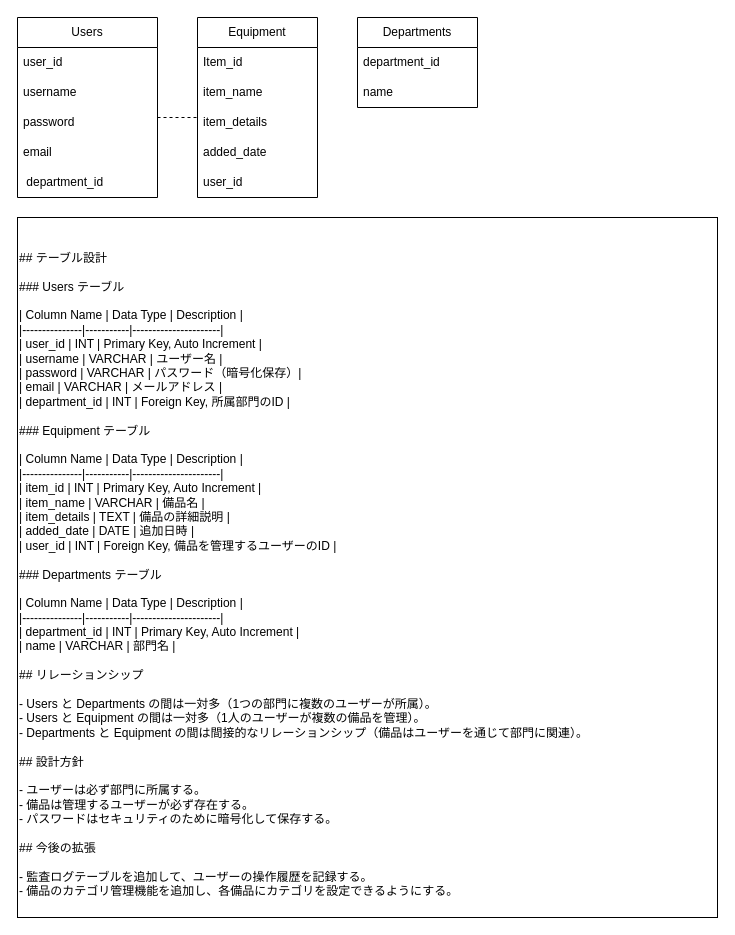
tomonoritak/equipment-management-b keeps this draw.io diagram as ER.dio. Above is the earlier version. Source tidied: cells renumbered, new cells numbered last; positions are measured from the earlier drawing's top-left corner, leaving out a move shared by most shapes. Both pictures are drawn from the tidied source at 100%, with x=0, y=0 at pixel (17, 17).
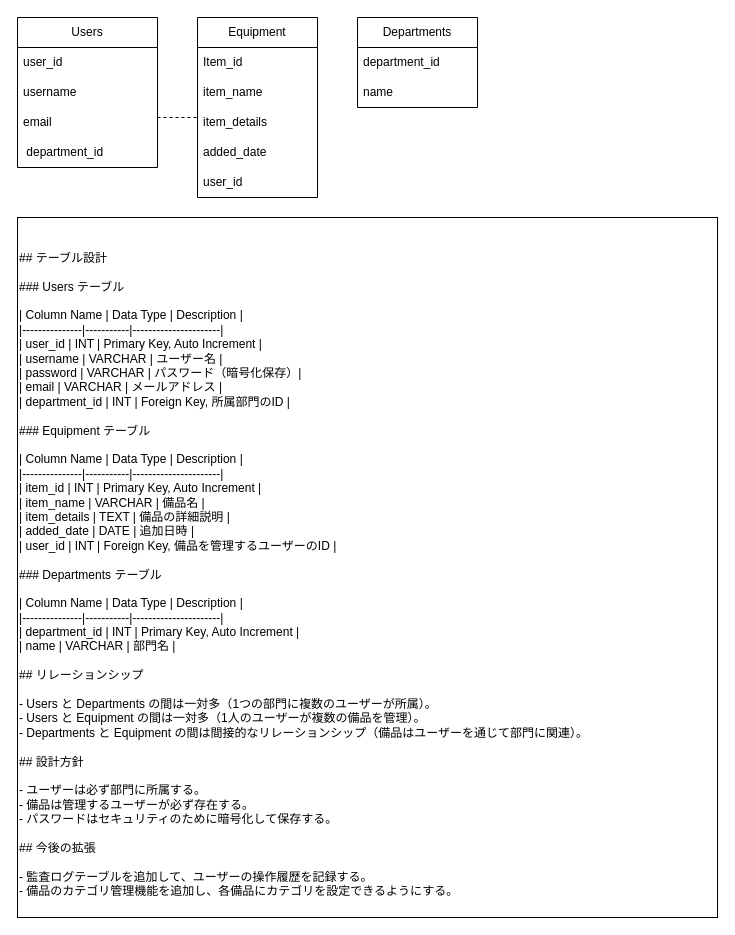
Above is the later version.

What changed in the source:
```diff
@@
 <mxGraphModel>
   <root>
     <mxCell id="0" />
     <mxCell id="1" parent="0" />
     <mxCell id="2" value="   Users " style="swimlane;fontStyle=0;horizontal=1;startSize=30;whiteSpace=wrap;html=1;" parent="1" vertex="1">
-      <mxGeometry width="140" height="180" as="geometry" />
+      <mxGeometry width="140" height="150" as="geometry" />
     </mxCell>
     <mxCell id="3" value="user_id" style="text;strokeColor=none;fillColor=none;align=left;verticalAlign=middle;spacingLeft=4;spacingRight=4;overflow=hidden;whiteSpace=wrap;html=1;" parent="2" vertex="1">
       <mxGeometry y="30" width="140" height="30" as="geometry" />
     </mxCell>
     <mxCell id="4" value="username     " style="text;strokeColor=none;fillColor=none;align=left;verticalAlign=middle;spacingLeft=4;spacingRight=4;overflow=hidden;whiteSpace=wrap;html=1;" parent="2" vertex="1">
       <mxGeometry y="60" width="140" height="30" as="geometry" />
     </mxCell>
-    <mxCell id="5" value=" password" style="text;strokeColor=none;fillColor=none;align=left;verticalAlign=middle;spacingLeft=4;spacingRight=4;overflow=hidden;whiteSpace=wrap;html=1;" parent="2" vertex="1">
-      <mxGeometry y="90" width="140" height="30" as="geometry" />
-    </mxCell>
     <mxCell id="6" value="email&amp;nbsp;" style="text;strokeColor=none;fillColor=none;align=left;verticalAlign=middle;spacingLeft=4;spacingRight=4;overflow=hidden;whiteSpace=wrap;html=1;" parent="2" vertex="1">
-      <mxGeometry y="120" width="140" height="30" as="geometry" />
+      <mxGeometry y="90" width="140" height="30" as="geometry" />
     </mxCell>
     <mxCell id="7" value="&amp;nbsp;department_id" style="text;strokeColor=none;fillColor=none;align=left;verticalAlign=middle;spacingLeft=4;spacingRight=4;overflow=hidden;whiteSpace=wrap;html=1;" parent="2" vertex="1">
-      <mxGeometry y="150" width="140" height="30" as="geometry" />
+      <mxGeometry y="120" width="140" height="30" as="geometry" />
     </mxCell>
     <mxCell id="8" value="Equipment " style="swimlane;fontStyle=0;horizontal=1;startSize=30;whiteSpace=wrap;html=1;" parent="1" vertex="1">
       <mxGeometry x="180" width="120" height="180" as="geometry" />
     </mxCell>
     <mxCell id="9" value="Item_id" style="text;strokeColor=none;fillColor=none;align=left;verticalAlign=middle;spacingLeft=4;spacingRight=4;overflow=hidden;whiteSpace=wrap;html=1;" parent="8" vertex="1">
       <mxGeometry y="30" width="120" height="30" as="geometry" />
     </mxCell>
     <mxCell id="10" value="item_name" style="text;strokeColor=none;fillColor=none;align=left;verticalAlign=middle;spacingLeft=4;spacingRight=4;overflow=hidden;whiteSpace=wrap;html=1;" parent="8" vertex="1">
       <mxGeometry y="60" width="120" height="30" as="geometry" />
     </mxCell>
     <mxCell id="11" value="item_details   " style="text;strokeColor=none;fillColor=none;align=left;verticalAlign=middle;spacingLeft=4;spacingRight=4;overflow=hidden;whiteSpace=wrap;html=1;" parent="8" vertex="1">
       <mxGeometry y="90" width="120" height="30" as="geometry" />
     </mxCell>
     <mxCell id="12" value="added_date&amp;nbsp; &amp;nbsp; &amp;nbsp;" style="text;strokeColor=none;fillColor=none;align=left;verticalAlign=middle;spacingLeft=4;spacingRight=4;overflow=hidden;whiteSpace=wrap;html=1;" parent="8" vertex="1">
       <mxGeometry y="120" width="120" height="30" as="geometry" />
     </mxCell>
     <mxCell id="13" value="user_id" style="text;strokeColor=none;fillColor=none;align=left;verticalAlign=middle;spacingLeft=4;spacingRight=4;overflow=hidden;whiteSpace=wrap;html=1;" parent="8" vertex="1">
       <mxGeometry y="150" width="120" height="30" as="geometry" />
     </mxCell>
     <mxCell id="14" value="Departments  " style="swimlane;fontStyle=0;horizontal=1;startSize=30;whiteSpace=wrap;html=1;" parent="1" vertex="1">
       <mxGeometry x="340" width="120" height="90" as="geometry" />
     </mxCell>
     <mxCell id="15" value="department_id" style="text;strokeColor=none;fillColor=none;align=left;verticalAlign=middle;spacingLeft=4;spacingRight=4;overflow=hidden;whiteSpace=wrap;html=1;" parent="14" vertex="1">
       <mxGeometry y="30" width="120" height="30" as="geometry" />
     </mxCell>
     <mxCell id="16" value="name         " style="text;strokeColor=none;fillColor=none;align=left;verticalAlign=middle;spacingLeft=4;spacingRight=4;overflow=hidden;whiteSpace=wrap;html=1;" parent="14" vertex="1">
       <mxGeometry y="60" width="120" height="30" as="geometry" />
     </mxCell>
     <mxCell id="17" style="endArrow=none;dashed=1;html=1;" parent="1" edge="1">
       <mxGeometry relative="1" as="geometry">
         <mxPoint x="140" y="100" as="sourcePoint" />
         <mxPoint x="180" y="100" as="targetPoint" />
       </mxGeometry>
     </mxCell>
     <mxCell id="18" value="&lt;br&gt;## テーブル設計&lt;br&gt;&lt;br&gt;### Users テーブル&lt;br&gt;&lt;br&gt;&lt;span class=&quot;hljs-operator&quot;&gt;|&lt;/span&gt; &lt;span class=&quot;hljs-keyword&quot;&gt;Column&lt;/span&gt; Name   &lt;span class=&quot;hljs-operator&quot;&gt;|&lt;/span&gt; Data Type &lt;span class=&quot;hljs-operator&quot;&gt;|&lt;/span&gt; Description          &lt;span class=&quot;hljs-operator&quot;&gt;|&lt;/span&gt;&lt;br&gt;&lt;span class=&quot;hljs-operator&quot;&gt;|&lt;/span&gt;&lt;span class=&quot;hljs-comment&quot;&gt;---------------|-----------|----------------------|&lt;/span&gt;&lt;br&gt;&lt;span class=&quot;hljs-operator&quot;&gt;|&lt;/span&gt; user_id       &lt;span class=&quot;hljs-operator&quot;&gt;|&lt;/span&gt; &lt;span class=&quot;hljs-type&quot;&gt;INT&lt;/span&gt;       &lt;span class=&quot;hljs-operator&quot;&gt;|&lt;/span&gt; &lt;span class=&quot;hljs-keyword&quot;&gt;Primary&lt;/span&gt; Key, Auto Increment &lt;span class=&quot;hljs-operator&quot;&gt;|&lt;/span&gt;&lt;br&gt;&lt;span class=&quot;hljs-operator&quot;&gt;|&lt;/span&gt; username      &lt;span class=&quot;hljs-operator&quot;&gt;|&lt;/span&gt; &lt;span class=&quot;hljs-type&quot;&gt;VARCHAR&lt;/span&gt;   &lt;span class=&quot;hljs-operator&quot;&gt;|&lt;/span&gt; ユーザー名            &lt;span class=&quot;hljs-operator&quot;&gt;|&lt;/span&gt;&lt;br&gt;&lt;span class=&quot;hljs-operator&quot;&gt;|&lt;/span&gt; password      &lt;span class=&quot;hljs-operator&quot;&gt;|&lt;/span&gt; &lt;span class=&quot;hljs-type&quot;&gt;VARCHAR&lt;/span&gt;   &lt;span class=&quot;hljs-operator&quot;&gt;|&lt;/span&gt; パスワード（暗号化保存）&lt;span class=&quot;hljs-operator&quot;&gt;|&lt;/span&gt;&lt;br&gt;&lt;span class=&quot;hljs-operator&quot;&gt;|&lt;/span&gt; email         &lt;span class=&quot;hljs-operator&quot;&gt;|&lt;/span&gt; &lt;span class=&quot;hljs-type&quot;&gt;VARCHAR&lt;/span&gt;   &lt;span class=&quot;hljs-operator&quot;&gt;|&lt;/span&gt; メールアドレス        &lt;span class=&quot;hljs-operator&quot;&gt;|&lt;/span&gt;&lt;br&gt;&lt;span class=&quot;hljs-operator&quot;&gt;|&lt;/span&gt; department_id &lt;span class=&quot;hljs-operator&quot;&gt;|&lt;/span&gt; &lt;span class=&quot;hljs-type&quot;&gt;INT&lt;/span&gt;       &lt;span class=&quot;hljs-operator&quot;&gt;|&lt;/span&gt; &lt;span class=&quot;hljs-keyword&quot;&gt;Foreign&lt;/span&gt; Key, 所属部門のID &lt;span class=&quot;hljs-operator&quot;&gt;|&lt;/span&gt;&lt;br&gt;&lt;br&gt;### Equipment テーブル&lt;br&gt;&lt;br&gt;&lt;span class=&quot;hljs-operator&quot;&gt;|&lt;/span&gt; &lt;span class=&quot;hljs-keyword&quot;&gt;Column&lt;/span&gt; Name   &lt;span class=&quot;hljs-operator&quot;&gt;|&lt;/span&gt; Data Type &lt;span class=&quot;hljs-operator&quot;&gt;|&lt;/span&gt; Description          &lt;span class=&quot;hljs-operator&quot;&gt;|&lt;/span&gt;&lt;br&gt;&lt;span class=&quot;hljs-operator&quot;&gt;|&lt;/span&gt;&lt;span class=&quot;hljs-comment&quot;&gt;---------------|-----------|----------------------|&lt;/span&gt;&lt;br&gt;&lt;span class=&quot;hljs-operator&quot;&gt;|&lt;/span&gt; item_id       &lt;span class=&quot;hljs-operator&quot;&gt;|&lt;/span&gt; &lt;span class=&quot;hljs-type&quot;&gt;INT&lt;/span&gt;       &lt;span class=&quot;hljs-operator&quot;&gt;|&lt;/span&gt; &lt;span class=&quot;hljs-keyword&quot;&gt;Primary&lt;/span&gt; Key, Auto Increment &lt;span class=&quot;hljs-operator&quot;&gt;|&lt;/span&gt;&lt;br&gt;&lt;span class=&quot;hljs-operator&quot;&gt;|&lt;/span&gt; item_name     &lt;span class=&quot;hljs-operator&quot;&gt;|&lt;/span&gt; &lt;span class=&quot;hljs-type&quot;&gt;VARCHAR&lt;/span&gt;   &lt;span class=&quot;hljs-operator&quot;&gt;|&lt;/span&gt; 備品名               &lt;span class=&quot;hljs-operator&quot;&gt;|&lt;/span&gt;&lt;br&gt;&lt;span class=&quot;hljs-operator&quot;&gt;|&lt;/span&gt; item_details  &lt;span class=&quot;hljs-operator&quot;&gt;|&lt;/span&gt; TEXT      &lt;span class=&quot;hljs-operator&quot;&gt;|&lt;/span&gt; 備品の詳細説明       &lt;span class=&quot;hljs-operator&quot;&gt;|&lt;/span&gt;&lt;br&gt;&lt;span class=&quot;hljs-operator&quot;&gt;|&lt;/span&gt; added_date    &lt;span class=&quot;hljs-operator&quot;&gt;|&lt;/span&gt; &lt;span class=&quot;hljs-type&quot;&gt;DATE&lt;/span&gt;      &lt;span class=&quot;hljs-operator&quot;&gt;|&lt;/span&gt; 追加日時             &lt;span class=&quot;hljs-operator&quot;&gt;|&lt;/span&gt;&lt;br&gt;&lt;span class=&quot;hljs-operator&quot;&gt;|&lt;/span&gt; user_id       &lt;span class=&quot;hljs-operator&quot;&gt;|&lt;/span&gt; &lt;span class=&quot;hljs-type&quot;&gt;INT&lt;/span&gt;       &lt;span class=&quot;hljs-operator&quot;&gt;|&lt;/span&gt; &lt;span class=&quot;hljs-keyword&quot;&gt;Foreign&lt;/span&gt; Key, 備品を管理するユーザーのID &lt;span class=&quot;hljs-operator&quot;&gt;|&lt;/span&gt;&lt;br&gt;&lt;br&gt;### Departments テーブル&lt;br&gt;&lt;br&gt;&lt;span class=&quot;hljs-operator&quot;&gt;|&lt;/span&gt; &lt;span class=&quot;hljs-keyword&quot;&gt;Column&lt;/span&gt; Name   &lt;span class=&quot;hljs-operator&quot;&gt;|&lt;/span&gt; Data Type &lt;span class=&quot;hljs-operator&quot;&gt;|&lt;/span&gt; Description          &lt;span class=&quot;hljs-operator&quot;&gt;|&lt;/span&gt;&lt;br&gt;&lt;span class=&quot;hljs-operator&quot;&gt;|&lt;/span&gt;&lt;span class=&quot;hljs-comment&quot;&gt;---------------|-----------|----------------------|&lt;/span&gt;&lt;br&gt;&lt;span class=&quot;hljs-operator&quot;&gt;|&lt;/span&gt; department_id &lt;span class=&quot;hljs-operator&quot;&gt;|&lt;/span&gt; &lt;span class=&quot;hljs-type&quot;&gt;INT&lt;/span&gt;       &lt;span class=&quot;hljs-operator&quot;&gt;|&lt;/span&gt; &lt;span class=&quot;hljs-keyword&quot;&gt;Primary&lt;/span&gt; Key, Auto Increment &lt;span class=&quot;hljs-operator&quot;&gt;|&lt;/span&gt;&lt;br&gt;&lt;span class=&quot;hljs-operator&quot;&gt;|&lt;/span&gt; name          &lt;span class=&quot;hljs-operator&quot;&gt;|&lt;/span&gt; &lt;span class=&quot;hljs-type&quot;&gt;VARCHAR&lt;/span&gt;   &lt;span class=&quot;hljs-operator&quot;&gt;|&lt;/span&gt; 部門名               &lt;span class=&quot;hljs-operator&quot;&gt;|&lt;/span&gt;&lt;br&gt;&lt;br&gt;## リレーションシップ&lt;br&gt;&lt;br&gt;&lt;span class=&quot;hljs-operator&quot;&gt;-&lt;/span&gt; Users と Departments の間は一対多（&lt;span class=&quot;hljs-number&quot;&gt;1&lt;/span&gt;つの部門に複数のユーザーが所属）。&lt;br&gt;&lt;span class=&quot;hljs-operator&quot;&gt;-&lt;/span&gt; Users と Equipment の間は一対多（&lt;span class=&quot;hljs-number&quot;&gt;1&lt;/span&gt;人のユーザーが複数の備品を管理）。&lt;br&gt;&lt;span class=&quot;hljs-operator&quot;&gt;-&lt;/span&gt; Departments と Equipment の間は間接的なリレーションシップ（備品はユーザーを通じて部門に関連）。&lt;br&gt;&lt;br&gt;## 設計方針&lt;br&gt;&lt;br&gt;&lt;span class=&quot;hljs-operator&quot;&gt;-&lt;/span&gt; ユーザーは必ず部門に所属する。&lt;br&gt;&lt;span class=&quot;hljs-operator&quot;&gt;-&lt;/span&gt; 備品は管理するユーザーが必ず存在する。&lt;br&gt;&lt;span class=&quot;hljs-operator&quot;&gt;-&lt;/span&gt; パスワードはセキュリティのために暗号化して保存する。&lt;br&gt;&lt;br&gt;## 今後の拡張&lt;br&gt;&lt;br&gt;&lt;span class=&quot;hljs-operator&quot;&gt;-&lt;/span&gt; 監査ログテーブルを追加して、ユーザーの操作履歴を記録する。&lt;br&gt;&lt;span class=&quot;hljs-operator&quot;&gt;-&lt;/span&gt; 備品のカテゴリ管理機能を追加し、各備品にカテゴリを設定できるようにする。" style="whiteSpace=wrap;html=1;align=left;" parent="1" vertex="1">
       <mxGeometry y="200" width="700" height="700" as="geometry" />
     </mxCell>
   </root>
 </mxGraphModel>
```
